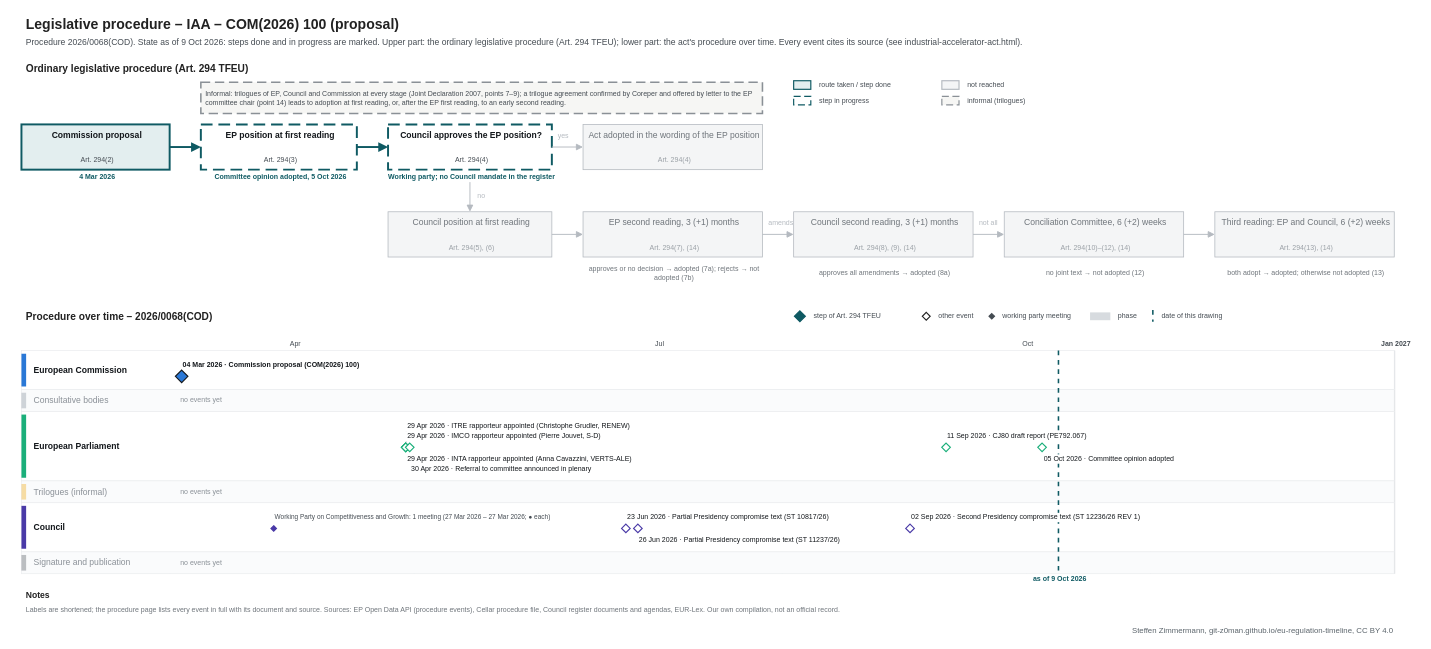
Earlier version of the draw.io diagram procedures/industrial-accelerator-act.drawio (git-z0man/eu-regulation-timeline). Source tidied: cells renumbered, new cells numbered last; positions are measured from the earlier drawing's top-left corner, leaving out a move shared by most shapes. Both pictures are drawn from the tidied source at 78%, with x=0, y=0 at pixel (13, 13).
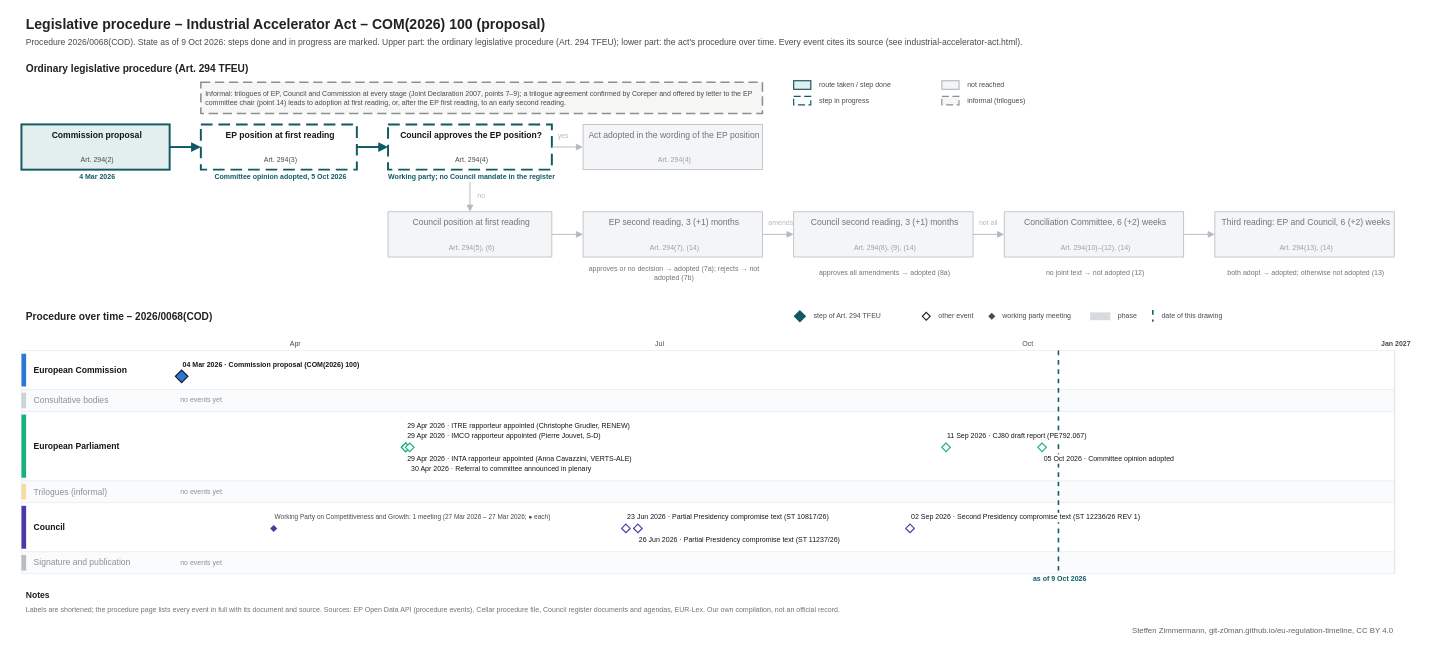
After the change.

Diff of the diagram source:
```diff
@@
-    <mxCell id="2" value="Legislative procedure – IAA – COM(2026) 100 (proposal)" style="text;html=1;fontSize=18;fontColor=#222222;align=left;verticalAlign=middle;spacingLeft=4;fontStyle=1;" parent="1" vertex="1">
+    <mxCell id="2" value="Legislative procedure – Industrial Accelerator Act – COM(2026) 100 (proposal)" style="text;html=1;fontSize=18;fontColor=#222222;align=left;verticalAlign=middle;spacingLeft=4;fontStyle=1;" parent="1" vertex="1">
       <mxGeometry x="10" width="1600" height="28" as="geometry" />
     </mxCell>
```
